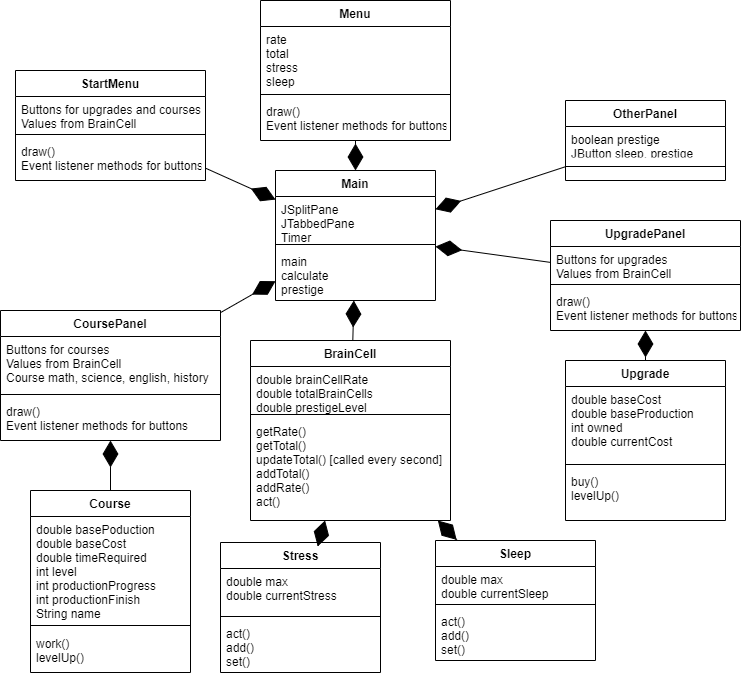
Earlier version of the draw.io export Responsible Student Simulator/doc/RSS UML.png (HHSAPCompSci2020/capstone-project-rss). Source tidied: cells renumbered, new cells last; positions are measured from the earlier drawing's top-left corner, leaving out a move shared by most shapes.
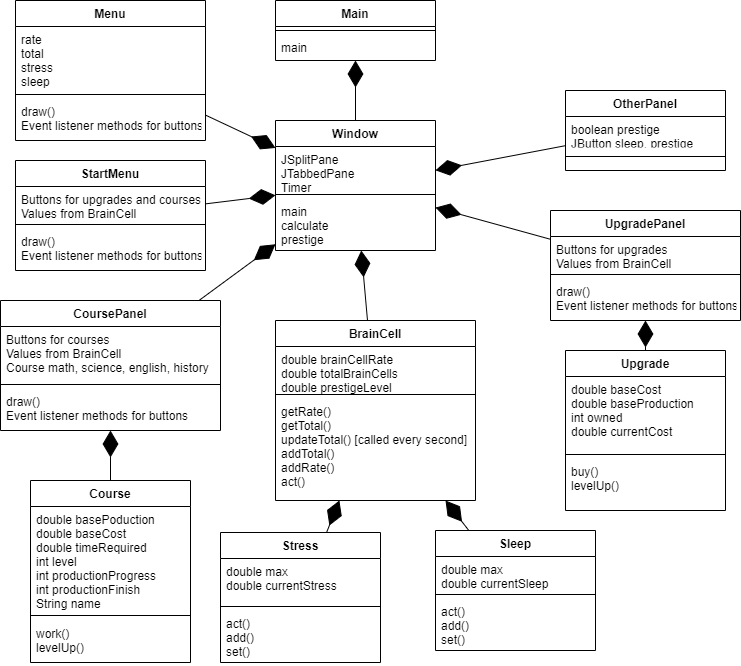
Above is the later version.

Change to the diagram source:
```diff
@@ -3,7 +3,7 @@
     <mxCell id="0" />
     <mxCell id="1" parent="0" />
     <mxCell id="2" value="BrainCell" style="swimlane;fontStyle=1;align=center;verticalAlign=top;horizontal=1;startSize=26;" parent="1" vertex="1">
-      <mxGeometry x="250" y="340" width="200" height="180" as="geometry" />
+      <mxGeometry x="275" y="330" width="200" height="180" as="geometry" />
     </mxCell>
     <mxCell id="3" value="double brainCellRate&#10;double totalBrainCells&#10;double prestigeLevel&#10;&#10;" style="text;strokeColor=none;fillColor=none;align=left;verticalAlign=top;spacingLeft=4;spacingRight=4;overflow=hidden;" parent="2" vertex="1">
       <mxGeometry y="26" width="200" height="44" as="geometry" />
@@ -27,7 +27,7 @@
       <mxGeometry y="140" width="160" height="42" as="geometry" />
     </mxCell>
     <mxCell id="10" value="Menu&#10;" style="swimlane;fontStyle=1;align=center;verticalAlign=top;horizontal=1;startSize=26;" parent="1" vertex="1">
-      <mxGeometry x="260" width="190" height="140" as="geometry" />
+      <mxGeometry x="15" y="10" width="190" height="140" as="geometry" />
     </mxCell>
     <mxCell id="11" value="rate&#10;total&#10;stress&#10;sleep" style="text;strokeColor=none;fillColor=none;align=left;verticalAlign=top;spacingLeft=4;spacingRight=4;overflow=hidden;" parent="10" vertex="1">
       <mxGeometry y="26" width="190" height="64" as="geometry" />
@@ -114,7 +114,7 @@
       <mxGeometry y="68" width="190" height="42" as="geometry" />
     </mxCell>
     <mxCell id="39" value="StartMenu" style="swimlane;fontStyle=1;align=center;verticalAlign=top;horizontal=1;startSize=26;" parent="1" vertex="1">
-      <mxGeometry x="15" y="70" width="190" height="110" as="geometry" />
+      <mxGeometry x="15" y="170" width="190" height="110" as="geometry" />
     </mxCell>
     <mxCell id="40" value="Buttons for upgrades and courses&#10;Values from BrainCell" style="text;strokeColor=none;fillColor=none;align=left;verticalAlign=top;spacingLeft=4;spacingRight=4;overflow=hidden;" parent="39" vertex="1">
       <mxGeometry y="26" width="190" height="34" as="geometry" />
@@ -149,8 +149,8 @@
     <mxCell id="50" style="line;strokeWidth=1;fillColor=none;align=left;verticalAlign=middle;spacingTop=-1;spacingLeft=3;spacingRight=3;labelPosition=right;" parent="48" vertex="1">
       <mxGeometry y="52" width="160" height="28" as="geometry" />
     </mxCell>
-    <mxCell id="51" value="Main" style="swimlane;fontStyle=1;align=center;verticalAlign=top;horizontal=1;startSize=26;" parent="1" vertex="1">
-      <mxGeometry x="275" y="170" width="160" height="130" as="geometry" />
+    <mxCell id="51" value="Window" style="swimlane;fontStyle=1;align=center;verticalAlign=top;horizontal=1;startSize=26;" parent="1" vertex="1">
+      <mxGeometry x="275" y="130" width="160" height="130" as="geometry" />
     </mxCell>
     <mxCell id="52" value="JSplitPane&#10;JTabbedPane&#10;Timer" style="text;strokeColor=none;fillColor=none;align=left;verticalAlign=top;spacingLeft=4;spacingRight=4;overflow=hidden;" parent="51" vertex="1">
       <mxGeometry y="26" width="160" height="44" as="geometry" />
@@ -161,5 +161,17 @@
     <mxCell id="54" value="main&#10;calculate&#10;prestige" style="text;strokeColor=none;fillColor=none;align=left;verticalAlign=top;spacingLeft=4;spacingRight=4;overflow=hidden;" parent="51" vertex="1">
       <mxGeometry y="78" width="160" height="52" as="geometry" />
     </mxCell>
+    <mxCell id="55" value="Main" style="swimlane;fontStyle=1;align=center;verticalAlign=top;horizontal=1;startSize=26;" parent="1" vertex="1">
+      <mxGeometry x="275" y="10" width="160" height="60" as="geometry" />
+    </mxCell>
+    <mxCell id="56" style="line;strokeWidth=1;fillColor=none;align=left;verticalAlign=middle;spacingTop=-1;spacingLeft=3;spacingRight=3;labelPosition=right;" parent="55" vertex="1">
+      <mxGeometry y="26" width="160" height="8" as="geometry" />
+    </mxCell>
+    <mxCell id="57" value="main" style="text;strokeColor=none;fillColor=none;align=left;verticalAlign=top;spacingLeft=4;spacingRight=4;overflow=hidden;" parent="55" vertex="1">
+      <mxGeometry y="34" width="160" height="26" as="geometry" />
+    </mxCell>
+    <mxCell id="58" style="endArrow=diamondThin;endFill=1;endSize=24;html=1;" parent="1" edge="1" source="51" target="55">
+      <mxGeometry relative="1" as="geometry" />
+    </mxCell>
   </root>
 </mxGraphModel>
```
